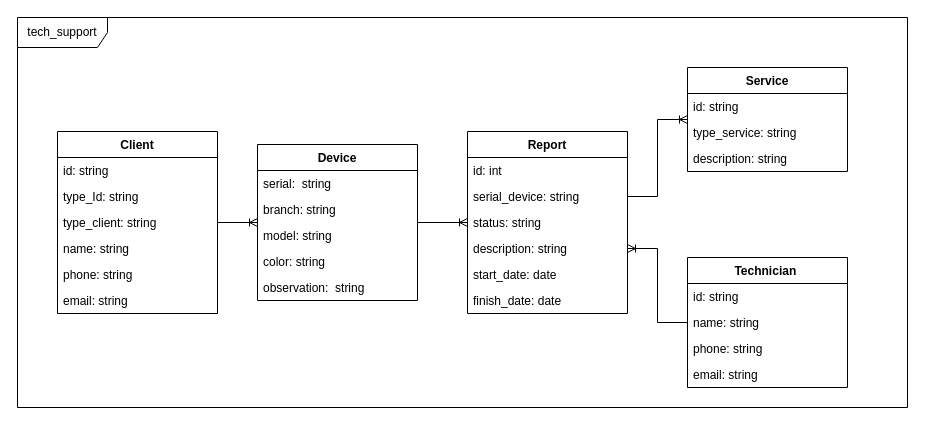
Above: projects/tech_support/Tech_support.drawio in Alejo2304/website_projects (draw.io), before the change. Source tidied: cells renumbered, new cells numbered last; positions are measured from the earlier drawing's top-left corner, leaving out a move shared by most shapes. Both pictures are drawn from the tidied source at 100%, with x=0, y=0 at pixel (17, 17).
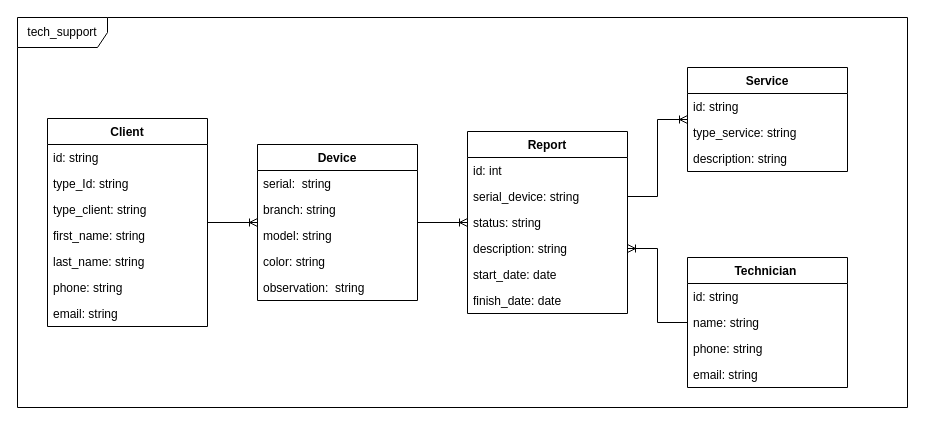
After the change.

Diff of the diagram source:
```diff
@@
     <mxCell id="2" value="Client" style="swimlane;fontStyle=1;align=center;verticalAlign=top;horizontal=1;startSize=26;whiteSpace=wrap;html=1;" parent="1" vertex="1">
-      <mxGeometry x="40" y="114" width="160" height="182" as="geometry" />
+      <mxGeometry x="30" y="101" width="160" height="208" as="geometry" />
     </mxCell>
@@
-    <mxCell id="6" value="name: string" style="text;strokeColor=none;fillColor=none;align=left;verticalAlign=top;spacingLeft=4;spacingRight=4;overflow=hidden;whiteSpace=wrap;html=1;" parent="2" vertex="1">
+    <mxCell id="6" value="first_name: string" style="text;strokeColor=none;fillColor=none;align=left;verticalAlign=top;spacingLeft=4;spacingRight=4;overflow=hidden;whiteSpace=wrap;html=1;" parent="2" vertex="1">
       <mxGeometry y="104" width="160" height="26" as="geometry" />
     </mxCell>
+    <mxCell id="36" value="last_name: string" style="text;strokeColor=none;fillColor=none;align=left;verticalAlign=top;spacingLeft=4;spacingRight=4;overflow=hidden;whiteSpace=wrap;html=1;" parent="2" vertex="1">
+      <mxGeometry y="130" width="160" height="26" as="geometry" />
+    </mxCell>
     <mxCell id="7" value="phone: string" style="text;strokeColor=none;fillColor=none;align=left;verticalAlign=top;spacingLeft=4;spacingRight=4;overflow=hidden;whiteSpace=wrap;html=1;" parent="2" vertex="1">
-      <mxGeometry y="130" width="160" height="26" as="geometry" />
+      <mxGeometry y="156" width="160" height="26" as="geometry" />
     </mxCell>
     <mxCell id="8" value="email: string" style="text;strokeColor=none;fillColor=none;align=left;verticalAlign=top;spacingLeft=4;spacingRight=4;overflow=hidden;whiteSpace=wrap;html=1;" parent="2" vertex="1">
-      <mxGeometry y="156" width="160" height="26" as="geometry" />
+      <mxGeometry y="182" width="160" height="26" as="geometry" />
     </mxCell>
```
